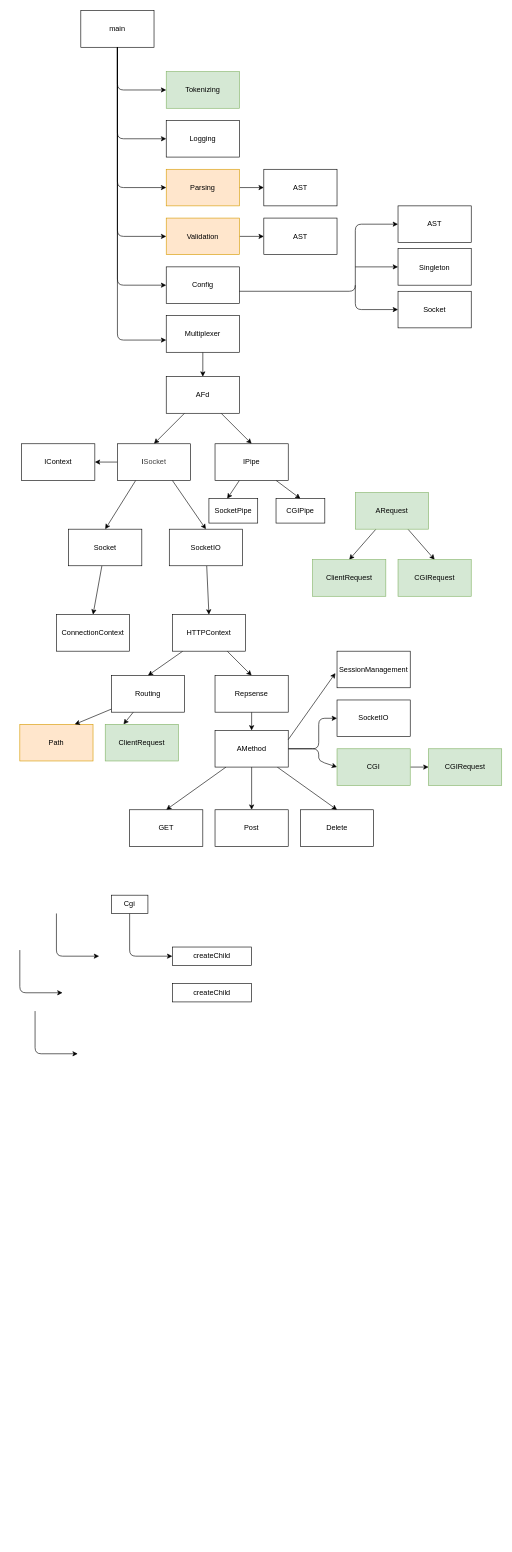
Before: HTTP/DefaultPages/server.dio in AzzaouiAlae/webserver, a draw.io diagram. Source tidied: cells renumbered, new cells numbered last; positions are measured from the earlier drawing's top-left corner, leaving out a move shared by most shapes. Both pictures are drawn from the tidied source at 61%, with x=0, y=0 at pixel (20, 10).
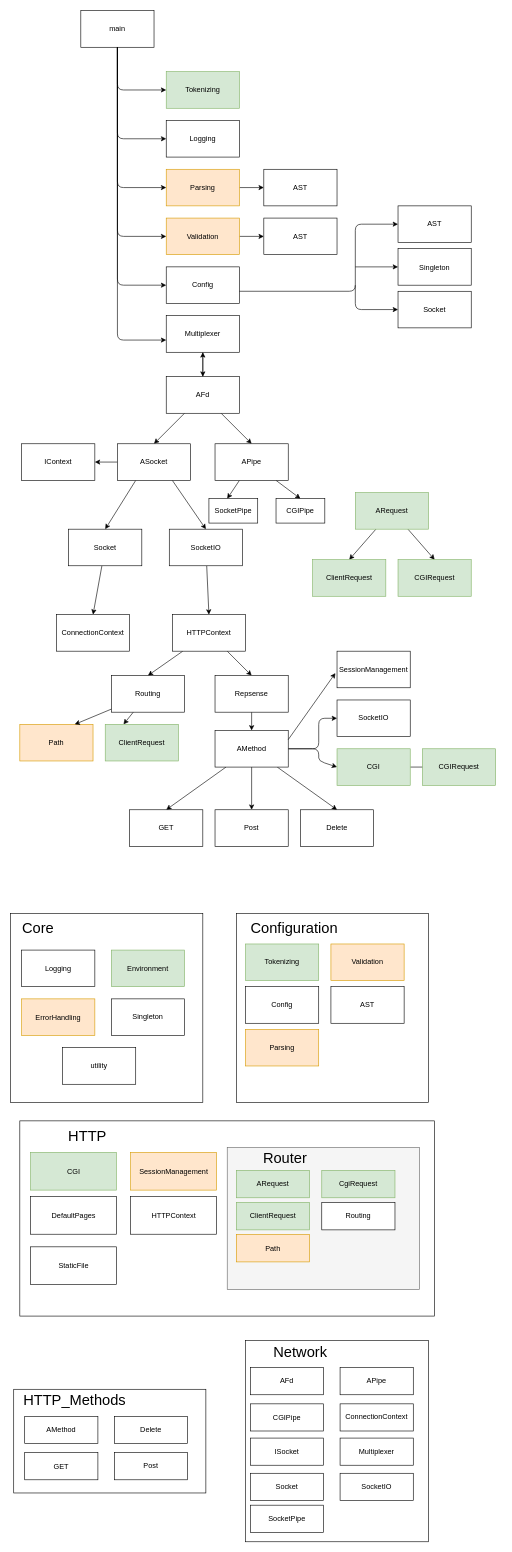
After the change.

The change refers to these unchanged cells:
```xml
<mxCell id="13" value="Multiplexer" style="rounded=0;whiteSpace=wrap;html=1;" parent="1" vertex="1">
  <mxGeometry x="240" y="500" width="120" height="60" as="geometry" />
</mxCell>
<mxCell id="28" value="AFd" style="rounded=0;whiteSpace=wrap;html=1;" parent="1" vertex="1">
  <mxGeometry x="240" y="600" width="120" height="60" as="geometry" />
</mxCell>
```

Change to the diagram source:
```diff
@@
+    <mxCell id="81" style="group;" parent="1" vertex="1">
+      <mxGeometry y="1820" width="680" height="320" as="geometry" />
+    </mxCell>
+    <mxCell id="82" style="rounded=0;whiteSpace=wrap;html=1;" parent="81" vertex="1">
+      <mxGeometry width="680" height="320" as="geometry" />
+    </mxCell>
+    <mxCell id="83" value="HTTP" style="text;html=1;align=center;verticalAlign=middle;whiteSpace=wrap;rounded=0;fontSize=24;" parent="81" vertex="1">
+      <mxGeometry x="76.2" y="10.3" width="70.3" height="31" as="geometry" />
+    </mxCell>
+    <mxCell id="84" value="CGI" style="rounded=0;whiteSpace=wrap;html=1;fillColor=#d5e8d4;strokeColor=#82b366;" parent="81" vertex="1">
+      <mxGeometry x="17.6" y="51.6" width="140.7" height="61.9" as="geometry" />
+    </mxCell>
+    <mxCell id="85" value="SessionManagement" style="rounded=0;whiteSpace=wrap;html=1;fillColor=#ffe6cc;strokeColor=#d79b00;" parent="81" vertex="1">
+      <mxGeometry x="181.7" y="51.6" width="140.7" height="61.9" as="geometry" />
+    </mxCell>
+    <mxCell id="86" value="HTTPContext" style="rounded=0;whiteSpace=wrap;html=1;" parent="81" vertex="1">
+      <mxGeometry x="181.7" y="123.9" width="140.7" height="61.9" as="geometry" />
+    </mxCell>
+    <mxCell id="87" value="DefaultPages" style="rounded=0;whiteSpace=wrap;html=1;" parent="81" vertex="1">
+      <mxGeometry x="17.6" y="123.9" width="140.7" height="61.9" as="geometry" />
+    </mxCell>
+    <mxCell id="88" value="StaticFile" style="rounded=0;whiteSpace=wrap;html=1;" parent="81" vertex="1">
+      <mxGeometry x="17.6" y="206.5" width="140.7" height="61.9" as="geometry" />
+    </mxCell>
+    <mxCell id="89" style="group;fillColor=#f5f5f5;fontColor=#333333;strokeColor=#666666;" parent="81" vertex="1">
+      <mxGeometry x="340" y="43.6" width="315" height="232.7" as="geometry" />
+    </mxCell>
+    <mxCell id="90" value="Router" style="text;html=1;align=center;verticalAlign=middle;whiteSpace=wrap;rounded=0;fontSize=24;" parent="89" vertex="1">
+      <mxGeometry x="65" y="7.5" width="60" height="22.5" as="geometry" />
+    </mxCell>
+    <mxCell id="91" value="ARequest" style="rounded=0;whiteSpace=wrap;html=1;fillColor=#d5e8d4;strokeColor=#82b366;" parent="89" vertex="1">
+      <mxGeometry x="15" y="37.5" width="120" height="45" as="geometry" />
+    </mxCell>
+    <mxCell id="92" value="Path" style="rounded=0;whiteSpace=wrap;html=1;fillColor=#ffe6cc;strokeColor=#d79b00;" parent="89" vertex="1">
+      <mxGeometry x="15" y="142.6" width="120" height="45" as="geometry" />
+    </mxCell>
+    <mxCell id="93" value="CgiRequest" style="rounded=0;whiteSpace=wrap;html=1;fillColor=#d5e8d4;strokeColor=#82b366;" parent="89" vertex="1">
+      <mxGeometry x="155" y="37.5" width="120" height="45" as="geometry" />
+    </mxCell>
+    <mxCell id="94" value="Routing" style="rounded=0;whiteSpace=wrap;html=1;" parent="89" vertex="1">
+      <mxGeometry x="155" y="90.1" width="120" height="45" as="geometry" />
+    </mxCell>
+    <mxCell id="95" value="ClientRequest" style="rounded=0;whiteSpace=wrap;html=1;fillColor=#d5e8d4;strokeColor=#82b366;" parent="89" vertex="1">
+      <mxGeometry x="15" y="90.1" width="120" height="45" as="geometry" />
+    </mxCell>
@@
+    <mxCell id="80" style="edgeStyle=none;html=1;" parent="1" edge="1" source="28" target="13">
+      <mxGeometry relative="1" as="geometry" />
+    </mxCell>
@@
-    <mxCell id="35" value="IPipe" style="rounded=0;whiteSpace=wrap;html=1;" parent="1" vertex="1">
+    <mxCell id="35" value="APipe" style="rounded=0;whiteSpace=wrap;html=1;" parent="1" vertex="1">
       <mxGeometry x="320" y="710" width="120" height="60" as="geometry" />
     </mxCell>
@@
-    <mxCell id="39" value="I&lt;span style=&quot;color: rgb(63, 63, 63); background-color: transparent;&quot;&gt;Socket&lt;/span&gt;" style="rounded=0;whiteSpace=wrap;html=1;" parent="1" vertex="1">
+    <mxCell id="39" value="&lt;span style=&quot;background-color: transparent; color: rgb(63, 63, 63);&quot;&gt;&lt;font color=&quot;#000000&quot;&gt;A&lt;/font&gt;&lt;/span&gt;&lt;span style=&quot;background-color: transparent;&quot;&gt;Socket&lt;/span&gt;" style="rounded=0;whiteSpace=wrap;html=1;" parent="1" vertex="1">
       <mxGeometry x="160" y="710" width="120" height="60" as="geometry" />
     </mxCell>
@@
     <mxCell id="64" value="CGI&lt;span style=&quot;color: rgb(0, 0, 0);&quot;&gt;Request&lt;/span&gt;" style="rounded=0;whiteSpace=wrap;html=1;fillColor=#d5e8d4;strokeColor=#82b366;" parent="1" vertex="1">
-      <mxGeometry x="670" y="1210" width="120" height="60" as="geometry" />
+      <mxGeometry x="660" y="1210" width="120" height="60" as="geometry" />
     </mxCell>
@@
-    <mxCell id="74" style="edgeStyle=none;html=1;" parent="1" edge="1" source="75">
-      <mxGeometry relative="1" as="geometry">
-        <mxPoint x="250" y="1550" as="targetPoint" />
-        <Array as="points">
-          <mxPoint x="180" y="1550" />
-        </Array>
-      </mxGeometry>
-    </mxCell>
-    <mxCell id="75" value="Cgi" style="rounded=0;whiteSpace=wrap;html=1;" parent="1" vertex="1">
-      <mxGeometry x="150" y="1450" width="60" height="30" as="geometry" />
-    </mxCell>
-    <mxCell id="76" value="createChild" style="rounded=0;whiteSpace=wrap;html=1;" parent="1" vertex="1">
-      <mxGeometry x="250" y="1535" width="130" height="30" as="geometry" />
-    </mxCell>
-    <mxCell id="77" style="edgeStyle=none;html=1;" parent="1" edge="1">
-      <mxGeometry relative="1" as="geometry">
-        <mxPoint y="1540" as="sourcePoint" />
-        <mxPoint x="70" y="1610" as="targetPoint" />
-        <Array as="points">
-          <mxPoint y="1610" />
-        </Array>
-      </mxGeometry>
-    </mxCell>
-    <mxCell id="78" style="edgeStyle=none;html=1;" parent="1" edge="1">
-      <mxGeometry relative="1" as="geometry">
-        <mxPoint x="60" y="1480" as="sourcePoint" />
-        <mxPoint x="130" y="1550" as="targetPoint" />
-        <Array as="points">
-          <mxPoint x="60" y="1550" />
-        </Array>
-      </mxGeometry>
-    </mxCell>
-    <mxCell id="79" style="edgeStyle=none;html=1;" parent="1" edge="1">
-      <mxGeometry relative="1" as="geometry">
-        <mxPoint x="25" y="1640" as="sourcePoint" />
-        <mxPoint x="95" y="1710" as="targetPoint" />
-        <Array as="points">
-          <mxPoint x="25" y="1710" />
-        </Array>
-      </mxGeometry>
-    </mxCell>
-    <mxCell id="80" value="createChild" style="rounded=0;whiteSpace=wrap;html=1;" parent="1" vertex="1">
-      <mxGeometry x="250" y="1595" width="130" height="30" as="geometry" />
-    </mxCell>
+    <mxCell id="96" style="group;" parent="1" vertex="1">
+      <mxGeometry x="-15" y="1480" width="315" height="310" as="geometry" />
+    </mxCell>
+    <mxCell id="97" style="rounded=0;whiteSpace=wrap;html=1;" parent="96" vertex="1">
+      <mxGeometry width="315" height="310" as="geometry" />
+    </mxCell>
+    <mxCell id="98" value="Core" style="text;html=1;align=center;verticalAlign=middle;whiteSpace=wrap;rounded=0;fontSize=24;" parent="96" vertex="1">
+      <mxGeometry x="15" y="10" width="60" height="30" as="geometry" />
+    </mxCell>
+    <mxCell id="99" value="Logging" style="rounded=0;whiteSpace=wrap;html=1;" parent="96" vertex="1">
+      <mxGeometry x="18" y="60" width="120" height="60" as="geometry" />
+    </mxCell>
+    <mxCell id="100" value="ErrorHandling" style="rounded=0;fillColor=#ffe6cc;strokeColor=#d79b00;" parent="96" vertex="1">
+      <mxGeometry x="18" y="140" width="120" height="60" as="geometry" />
+    </mxCell>
+    <mxCell id="101" value="Environment" style="rounded=0;whiteSpace=wrap;html=1;fillColor=#d5e8d4;strokeColor=#82b366;" parent="96" vertex="1">
+      <mxGeometry x="165" y="60" width="120" height="60" as="geometry" />
+    </mxCell>
+    <mxCell id="102" value="Singleton" style="rounded=0;whiteSpace=wrap;html=1;" parent="96" vertex="1">
+      <mxGeometry x="165" y="140" width="120" height="60" as="geometry" />
+    </mxCell>
+    <mxCell id="103" value="utility" style="rounded=0;whiteSpace=wrap;html=1;" parent="96" vertex="1">
+      <mxGeometry x="85" y="220" width="120" height="60" as="geometry" />
+    </mxCell>
+    <mxCell id="104" style="group;" parent="1" vertex="1">
+      <mxGeometry x="355" y="1480" width="315" height="310" as="geometry" />
+    </mxCell>
+    <mxCell id="105" style="rounded=0;whiteSpace=wrap;html=1;" parent="104" vertex="1">
+      <mxGeometry width="315" height="310" as="geometry" />
+    </mxCell>
+    <mxCell id="106" value="Configuration" style="text;html=1;align=center;verticalAlign=middle;whiteSpace=wrap;rounded=0;fontSize=24;" parent="104" vertex="1">
+      <mxGeometry x="65" y="10" width="60" height="30" as="geometry" />
+    </mxCell>
+    <mxCell id="107" value="Tokenizing" style="rounded=0;whiteSpace=wrap;html=1;fillColor=#d5e8d4;strokeColor=#82b366;" parent="104" vertex="1">
+      <mxGeometry x="15" y="50" width="120" height="60" as="geometry" />
+    </mxCell>
+    <mxCell id="108" value="Parsing" style="rounded=0;whiteSpace=wrap;html=1;fillColor=#ffe6cc;strokeColor=#d79b00;" parent="104" vertex="1">
+      <mxGeometry x="15" y="190" width="120" height="60" as="geometry" />
+    </mxCell>
+    <mxCell id="109" value="Validation" style="rounded=0;whiteSpace=wrap;html=1;fillColor=#ffe6cc;strokeColor=#d79b00;" parent="104" vertex="1">
+      <mxGeometry x="155" y="50" width="120" height="60" as="geometry" />
+    </mxCell>
+    <mxCell id="110" value="AST" style="rounded=0;whiteSpace=wrap;html=1;" parent="104" vertex="1">
+      <mxGeometry x="155" y="120" width="120" height="60" as="geometry" />
+    </mxCell>
+    <mxCell id="111" value="Config" style="rounded=0;whiteSpace=wrap;html=1;" parent="104" vertex="1">
+      <mxGeometry x="15" y="120" width="120" height="60" as="geometry" />
+    </mxCell>
+    <mxCell id="112" style="group;" parent="1" vertex="1">
+      <mxGeometry x="-10" y="2260" width="315" height="170" as="geometry" />
+    </mxCell>
+    <mxCell id="113" style="rounded=0;whiteSpace=wrap;html=1;" parent="112" vertex="1">
+      <mxGeometry width="315" height="170" as="geometry" />
+    </mxCell>
+    <mxCell id="114" value="HTTP_Methods" style="text;html=1;align=center;verticalAlign=middle;whiteSpace=wrap;rounded=0;fontSize=24;" parent="112" vertex="1">
+      <mxGeometry x="70" y="7.4" width="60" height="22.3" as="geometry" />
+    </mxCell>
+    <mxCell id="115" value="AMethod" style="rounded=0;whiteSpace=wrap;html=1;" parent="112" vertex="1">
+      <mxGeometry x="18" y="44.5" width="120" height="44.5" as="geometry" />
+    </mxCell>
+    <mxCell id="116" value="GET" style="rounded=0;fontColor=default;" parent="112" vertex="1">
+      <mxGeometry x="18" y="103.9" width="120" height="44.5" as="geometry" />
+    </mxCell>
+    <mxCell id="117" value="Delete" style="rounded=0;whiteSpace=wrap;html=1;" parent="112" vertex="1">
+      <mxGeometry x="165" y="44.5" width="120" height="44.5" as="geometry" />
+    </mxCell>
+    <mxCell id="118" value="Post" style="rounded=0;whiteSpace=wrap;html=1;" parent="112" vertex="1">
+      <mxGeometry x="165" y="103.9" width="120" height="44.5" as="geometry" />
+    </mxCell>
+    <mxCell id="119" style="group;" parent="1" vertex="1">
+      <mxGeometry x="370" y="2180" width="300" height="330" as="geometry" />
+    </mxCell>
+    <mxCell id="120" style="rounded=0;whiteSpace=wrap;html=1;" parent="119" vertex="1">
+      <mxGeometry width="300" height="330" as="geometry" />
+    </mxCell>
+    <mxCell id="121" value="Network" style="text;html=1;align=center;verticalAlign=middle;whiteSpace=wrap;rounded=0;fontSize=24;" parent="119" vertex="1">
+      <mxGeometry x="60" y="7.4" width="60" height="22.3" as="geometry" />
+    </mxCell>
+    <mxCell id="122" value="AFd" style="rounded=0;whiteSpace=wrap;html=1;" parent="119" vertex="1">
+      <mxGeometry x="8" y="44.5" width="120" height="44.5" as="geometry" />
+    </mxCell>
+    <mxCell id="123" value="CGIPipe" style="rounded=0;fontColor=default;" parent="119" vertex="1">
+      <mxGeometry x="8" y="103.9" width="120" height="44.5" as="geometry" />
+    </mxCell>
+    <mxCell id="124" value="APipe" style="rounded=0;whiteSpace=wrap;html=1;" parent="119" vertex="1">
+      <mxGeometry x="155" y="44.5" width="120" height="44.5" as="geometry" />
+    </mxCell>
+    <mxCell id="125" value="ConnectionContext" style="rounded=0;whiteSpace=wrap;html=1;" parent="119" vertex="1">
+      <mxGeometry x="155" y="103.9" width="120" height="44.5" as="geometry" />
+    </mxCell>
+    <mxCell id="126" value="ISocket" style="rounded=0;whiteSpace=wrap;html=1;" parent="119" vertex="1">
+      <mxGeometry x="8" y="160" width="120" height="44.5" as="geometry" />
+    </mxCell>
+    <mxCell id="127" value="Multiplexer" style="rounded=0;whiteSpace=wrap;html=1;" parent="119" vertex="1">
+      <mxGeometry x="155" y="160" width="120" height="44.5" as="geometry" />
+    </mxCell>
+    <mxCell id="128" value="Socket" style="rounded=0;whiteSpace=wrap;html=1;" parent="119" vertex="1">
+      <mxGeometry x="8" y="217.7" width="120" height="44.5" as="geometry" />
+    </mxCell>
+    <mxCell id="129" value="SocketIO" style="rounded=0;whiteSpace=wrap;html=1;" parent="119" vertex="1">
+      <mxGeometry x="155" y="217.7" width="120" height="44.5" as="geometry" />
+    </mxCell>
+    <mxCell id="130" value="SocketPipe" style="rounded=0;whiteSpace=wrap;html=1;" parent="119" vertex="1">
+      <mxGeometry x="8" y="270" width="120" height="44.5" as="geometry" />
+    </mxCell>
```
